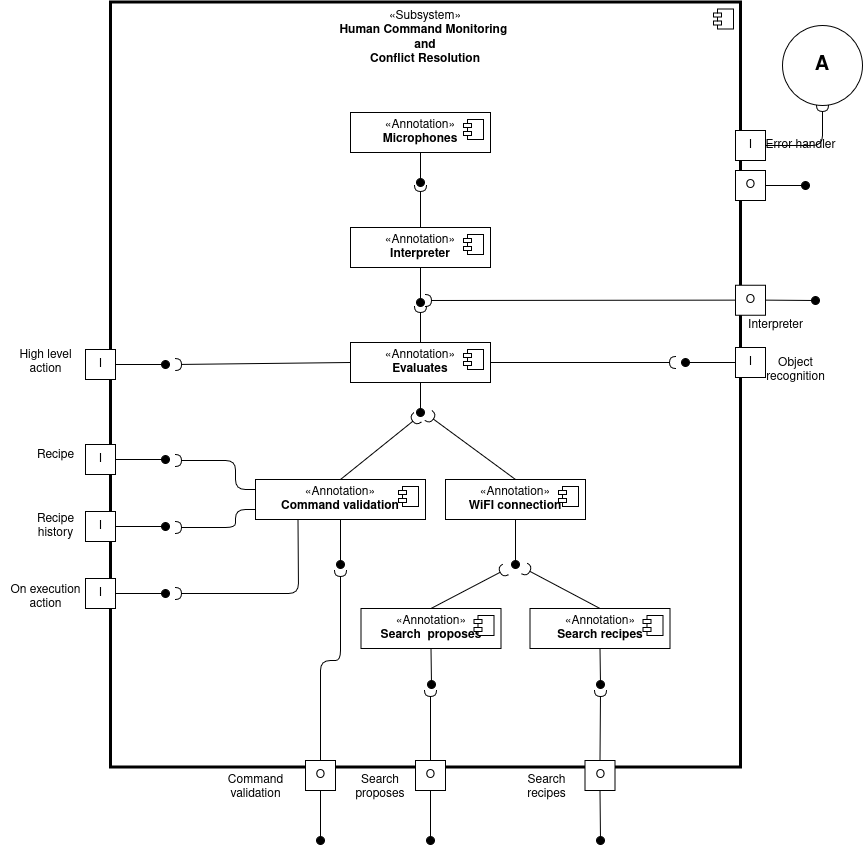
The draw.io diagram docs/source/_static/human_command.png in AlessandroMangili/Assignment_Cogar_group_I, before a commit. Source tidied: cells renumbered, new cells last; positions are measured from the earlier drawing's top-left corner, leaving out a move shared by most shapes.
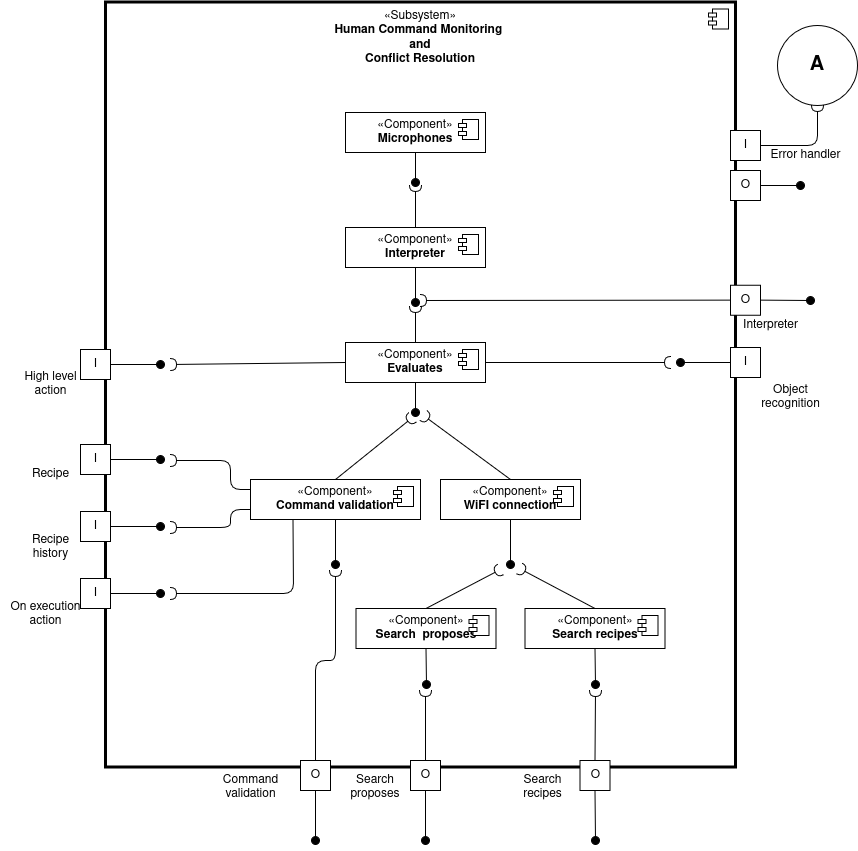
Above is the later version.

Diff of the diagram source:
```diff
@@ -10,7 +10,7 @@
         <mxPoint x="-27" y="7" as="offset" />
       </mxGeometry>
     </mxCell>
-    <mxCell id="4" value="«Annotation»&lt;br&gt;&lt;b&gt;Microphones&lt;/b&gt;" style="html=1;whiteSpace=wrap;" parent="1" vertex="1">
+    <mxCell id="4" value="«Component»&lt;br&gt;&lt;b&gt;Microphones&lt;/b&gt;" style="html=1;whiteSpace=wrap;" parent="1" vertex="1">
       <mxGeometry x="350" y="110" width="140" height="40" as="geometry" />
     </mxCell>
     <mxCell id="5" style="shape=module;jettyWidth=8;jettyHeight=4;" parent="4" vertex="1">
@@ -18,7 +18,7 @@
         <mxPoint x="-27" y="7" as="offset" />
       </mxGeometry>
     </mxCell>
-    <mxCell id="6" value="«Annotation»&lt;br&gt;&lt;b&gt;Interpreter&lt;/b&gt;" style="html=1;whiteSpace=wrap;" parent="1" vertex="1">
+    <mxCell id="6" value="«Component»&lt;br&gt;&lt;b&gt;Interpreter&lt;/b&gt;" style="html=1;whiteSpace=wrap;" parent="1" vertex="1">
       <mxGeometry x="350" y="225" width="140" height="40" as="geometry" />
     </mxCell>
     <mxCell id="7" style="shape=module;jettyWidth=8;jettyHeight=4;" parent="6" vertex="1">
@@ -26,7 +26,7 @@
         <mxPoint x="-27" y="7" as="offset" />
       </mxGeometry>
     </mxCell>
-    <mxCell id="8" value="«Annotation»&lt;br&gt;&lt;b&gt;Evaluates&lt;/b&gt;" style="html=1;whiteSpace=wrap;" parent="1" vertex="1">
+    <mxCell id="8" value="«Component»&lt;br&gt;&lt;b&gt;Evaluates&lt;/b&gt;" style="html=1;whiteSpace=wrap;" parent="1" vertex="1">
       <mxGeometry x="350" y="340" width="140" height="40" as="geometry" />
     </mxCell>
     <mxCell id="9" style="shape=module;jettyWidth=8;jettyHeight=4;" parent="8" vertex="1">
@@ -83,7 +83,7 @@
         <mxPoint x="165" y="524" as="targetPoint" />
       </mxGeometry>
     </mxCell>
-    <mxCell id="21" value="«Annotation»&lt;br&gt;&lt;b&gt;Command validation&lt;/b&gt;" style="html=1;whiteSpace=wrap;" parent="1" vertex="1">
+    <mxCell id="21" value="«Component»&lt;br&gt;&lt;b&gt;Command validation&lt;/b&gt;" style="html=1;whiteSpace=wrap;" parent="1" vertex="1">
       <mxGeometry x="255" y="477" width="170" height="40" as="geometry" />
     </mxCell>
     <mxCell id="22" style="shape=module;jettyWidth=8;jettyHeight=4;" parent="21" vertex="1">
@@ -96,7 +96,7 @@
         <mxPoint x="417" y="415" as="targetPoint" />
       </mxGeometry>
     </mxCell>
-    <mxCell id="24" value="«Annotation»&lt;br&gt;&lt;b&gt;WiFI connection&lt;/b&gt;" style="html=1;whiteSpace=wrap;" parent="1" vertex="1">
+    <mxCell id="24" value="«Component»&lt;br&gt;&lt;b&gt;WiFI connection&lt;/b&gt;" style="html=1;whiteSpace=wrap;" parent="1" vertex="1">
       <mxGeometry x="445" y="477" width="140" height="40" as="geometry" />
     </mxCell>
     <mxCell id="25" style="shape=module;jettyWidth=8;jettyHeight=4;" parent="24" vertex="1">
@@ -109,7 +109,7 @@
         <mxPoint x="428" y="413" as="targetPoint" />
       </mxGeometry>
     </mxCell>
-    <mxCell id="27" value="«Annotation»&lt;br&gt;&lt;b&gt;Search&amp;nbsp; proposes&lt;/b&gt;" style="html=1;whiteSpace=wrap;" parent="1" vertex="1">
+    <mxCell id="27" value="«Component»&lt;br&gt;&lt;b&gt;Search&amp;nbsp; proposes&lt;/b&gt;" style="html=1;whiteSpace=wrap;" parent="1" vertex="1">
       <mxGeometry x="360.5" y="606" width="140" height="40" as="geometry" />
     </mxCell>
     <mxCell id="28" style="shape=module;jettyWidth=8;jettyHeight=4;" parent="27" vertex="1">
@@ -117,7 +117,7 @@
         <mxPoint x="-27" y="7" as="offset" />
       </mxGeometry>
     </mxCell>
-    <mxCell id="29" value="«Annotation»&lt;br&gt;&lt;b&gt;Search recipes&lt;/b&gt;" style="html=1;whiteSpace=wrap;" parent="1" vertex="1">
+    <mxCell id="29" value="«Component»&lt;br&gt;&lt;b&gt;Search recipes&lt;/b&gt;" style="html=1;whiteSpace=wrap;" parent="1" vertex="1">
       <mxGeometry x="529.5" y="606" width="140" height="40" as="geometry" />
     </mxCell>
     <mxCell id="30" style="shape=module;jettyWidth=8;jettyHeight=4;" parent="29" vertex="1">
@@ -297,22 +297,22 @@
       </mxGeometry>
     </mxCell>
     <mxCell id="67" value="&lt;div&gt;Error handler&lt;/div&gt;" style="text;html=1;align=center;verticalAlign=middle;strokeColor=none;fillColor=none;" parent="1" vertex="1">
-      <mxGeometry x="755" y="128" width="90" height="30" as="geometry" />
+      <mxGeometry x="765" y="138" width="90" height="30" as="geometry" />
     </mxCell>
     <mxCell id="68" value="Object&lt;div&gt;recognition&lt;/div&gt;" style="text;html=1;align=center;verticalAlign=middle;strokeColor=none;fillColor=none;" parent="1" vertex="1">
-      <mxGeometry x="755" y="348" width="80" height="40" as="geometry" />
+      <mxGeometry x="755" y="375" width="80" height="40" as="geometry" />
     </mxCell>
     <mxCell id="69" value="&lt;div&gt;High level&lt;/div&gt;&lt;div&gt;action&lt;/div&gt;" style="text;html=1;align=center;verticalAlign=middle;strokeColor=none;fillColor=none;" parent="1" vertex="1">
-      <mxGeometry x="5" y="340" width="80" height="40" as="geometry" />
+      <mxGeometry x="15" y="362" width="80" height="40" as="geometry" />
     </mxCell>
     <mxCell id="70" value="Recipe" style="text;html=1;align=center;verticalAlign=middle;strokeColor=none;fillColor=none;" parent="1" vertex="1">
-      <mxGeometry x="25" y="438" width="60" height="30" as="geometry" />
+      <mxGeometry x="25" y="457" width="60" height="30" as="geometry" />
     </mxCell>
     <mxCell id="71" value="&lt;div&gt;Recipe&lt;/div&gt;&lt;div&gt;history&lt;/div&gt;" style="text;html=1;align=center;verticalAlign=middle;strokeColor=none;fillColor=none;" parent="1" vertex="1">
-      <mxGeometry x="25" y="504" width="60" height="40" as="geometry" />
+      <mxGeometry x="25" y="524.6" width="60" height="40" as="geometry" />
     </mxCell>
     <mxCell id="72" value="&lt;div&gt;On execution&lt;/div&gt;&lt;div&gt;action&lt;/div&gt;" style="text;html=1;align=center;verticalAlign=middle;strokeColor=none;fillColor=none;" parent="1" vertex="1">
-      <mxGeometry y="574.6" width="90" height="40" as="geometry" />
+      <mxGeometry x="5" y="592" width="90" height="40" as="geometry" />
     </mxCell>
   </root>
 </mxGraphModel>
```
